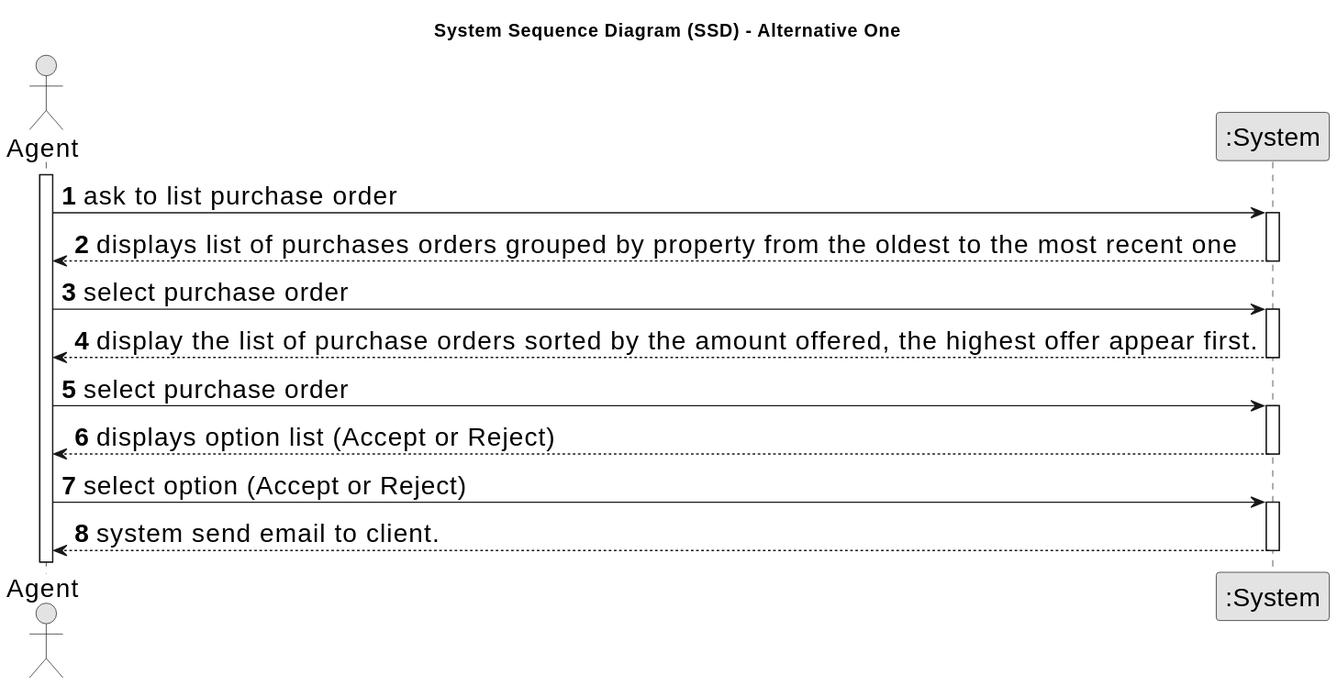
This is docs/sprintD/us011/01.requirements-engineering/svg/us011-system-sequence-diagram-alternative-one.svg from Goncalves2525/real-estate-management-system, a PlantUML export, as it was before one commit. Source of this version:
```plantuml
@startuml
skinparamlocked defaultFontSize 20
skinparam monochrome true
skinparam packageStyle rectangle
skinparam shadowing false

title System Sequence Diagram (SSD) - Alternative One

autonumber

actor "Agent" as Agent
participant ":System" as System

activate Agent

        Agent -> System : ask to list purchase order
    activate System

        System --> Agent : displays list of purchases orders grouped by property from the oldest to the most recent one
    deactivate  System

        Agent -> System :select purchase order
    activate System

        System --> Agent :display the list of purchase orders sorted by the amount offered, the highest offer appear first.
    deactivate System

        Agent -> System : select purchase order
    activate System

        System --> Agent : displays option list (Accept or Reject)
    deactivate  System

        Agent -> System :select option (Accept or Reject)
    activate System

        System --> Agent : system send email to client.
    deactivate System
@enduml
```
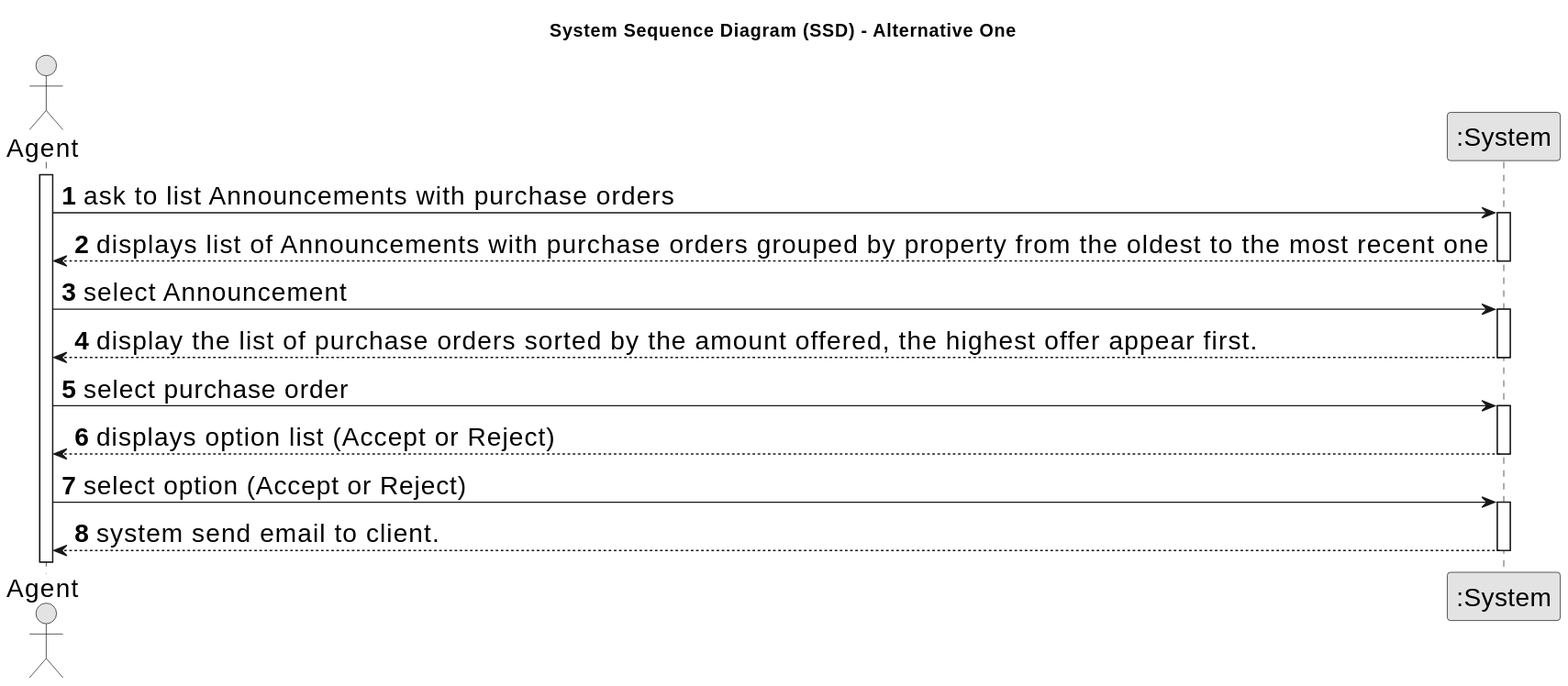
The same file after the commit.

The edit, as a diff of the source:
```diff
@@ -13,13 +13,13 @@
 
 activate Agent
 
-        Agent -> System : ask to list purchase order
+        Agent -> System : ask to list Announcements with purchase orders
     activate System
 
-        System --> Agent : displays list of purchases orders grouped by property from the oldest to the most recent one
+        System --> Agent : displays list of Announcements with purchase orders grouped by property from the oldest to the most recent one
     deactivate  System
 
-        Agent -> System :select purchase order
+        Agent -> System :select Announcement
     activate System
 
         System --> Agent :display the list of purchase orders sorted by the amount offered, the highest offer appear first.
```
